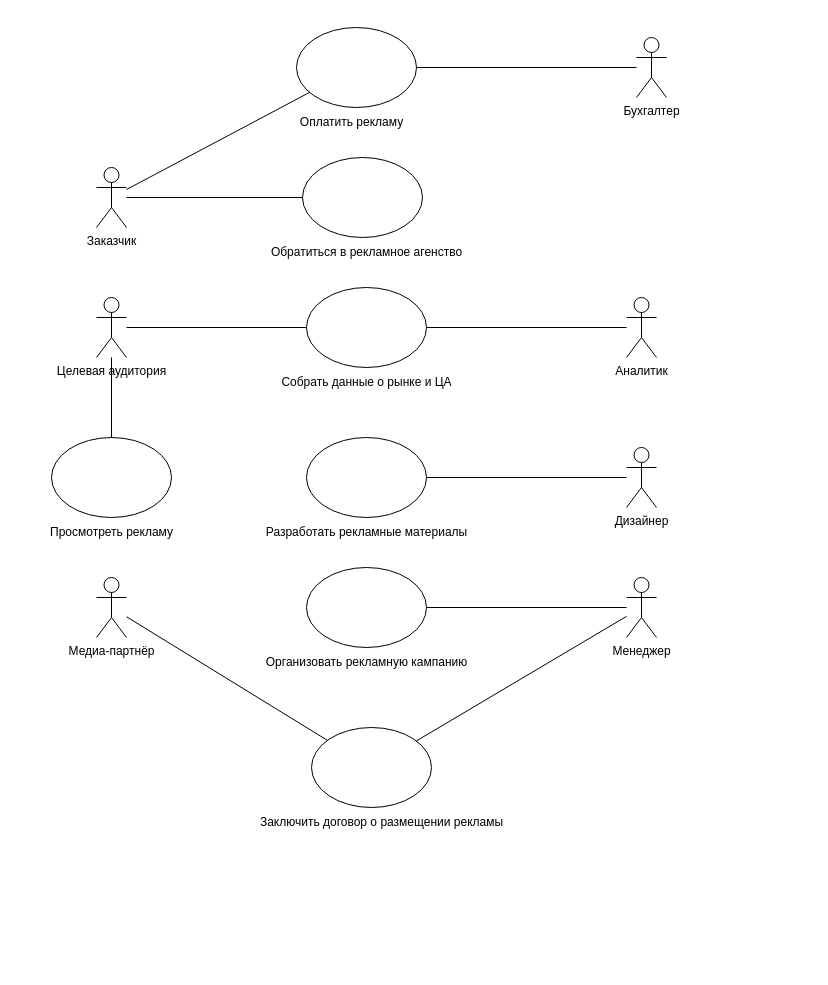
Earlier version of the draw.io diagram acms3.drawio (v-tempe/draw.io). Source tidied: cells renumbered, new cells numbered last; positions are measured from the earlier drawing's top-left corner, leaving out a move shared by most shapes. Both pictures are drawn from the tidied source at 100%, with x=0, y=0 at pixel (36, 27).
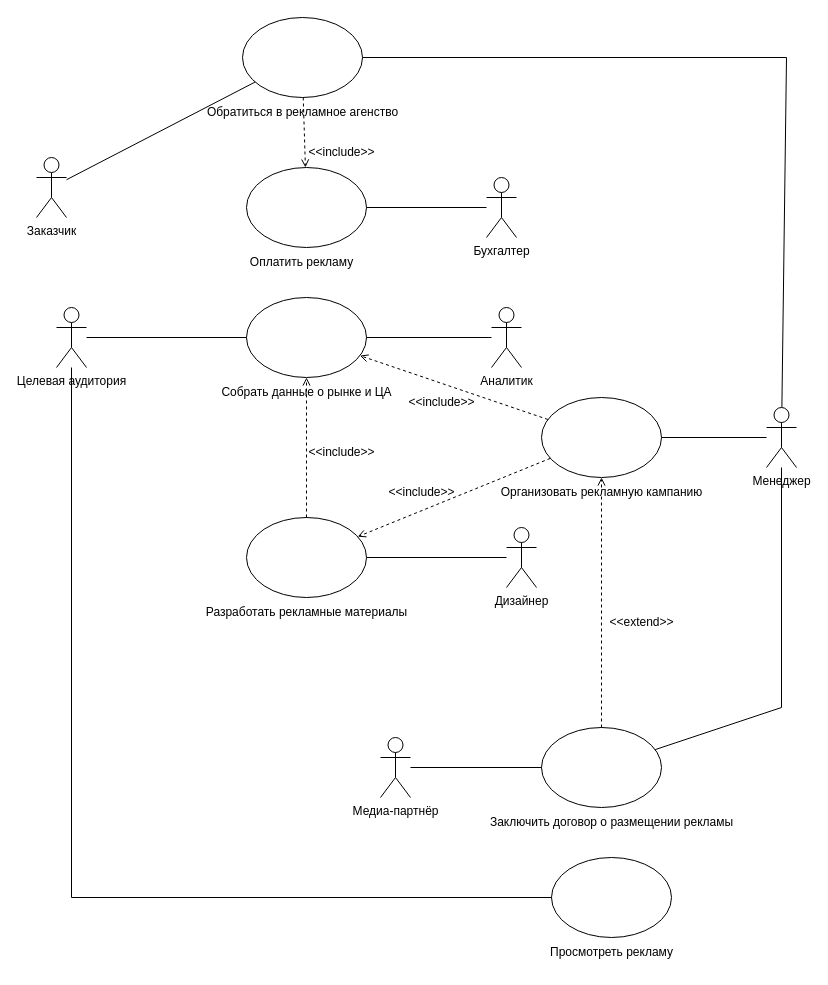
The same page after the edit.

Diff of the diagram source:
```diff
@@
     <mxCell id="2" value="Заказчик" style="shape=umlActor;verticalLabelPosition=bottom;verticalAlign=top;html=1;outlineConnect=0;" parent="1" vertex="1">
-      <mxGeometry x="60" y="140" width="30" height="60" as="geometry" />
+      <mxGeometry y="130" width="30" height="60" as="geometry" />
     </mxCell>
     <mxCell id="3" value="Дизайнер" style="shape=umlActor;verticalLabelPosition=bottom;verticalAlign=top;html=1;outlineConnect=0;" parent="1" vertex="1">
-      <mxGeometry x="590" y="420" width="30" height="60" as="geometry" />
+      <mxGeometry x="470" y="500" width="30" height="60" as="geometry" />
     </mxCell>
     <mxCell id="4" value="Менеджер" style="shape=umlActor;verticalLabelPosition=bottom;verticalAlign=top;html=1;outlineConnect=0;" parent="1" vertex="1">
-      <mxGeometry x="590" y="550" width="30" height="60" as="geometry" />
+      <mxGeometry x="730" y="380" width="30" height="60" as="geometry" />
     </mxCell>
     <mxCell id="5" value="Аналитик" style="shape=umlActor;verticalLabelPosition=bottom;verticalAlign=top;html=1;outlineConnect=0;" parent="1" vertex="1">
-      <mxGeometry x="590" y="270" width="30" height="60" as="geometry" />
+      <mxGeometry x="455" y="280" width="30" height="60" as="geometry" />
     </mxCell>
     <mxCell id="6" style="ellipse;whiteSpace=wrap;html=1;" parent="1" vertex="1">
-      <mxGeometry x="266" y="130" width="120" height="80" as="geometry" />
+      <mxGeometry x="206" y="-10" width="120" height="80" as="geometry" />
     </mxCell>
     <mxCell id="7" value="Обратиться в рекламное агенство" style="text;html=1;align=center;verticalAlign=middle;strokeColor=none;fillColor=none;" parent="1" vertex="1">
-      <mxGeometry x="220" y="210" width="220" height="30" as="geometry" />
+      <mxGeometry x="156" y="70" width="220" height="30" as="geometry" />
     </mxCell>
     <mxCell id="8" style="ellipse;whiteSpace=wrap;html=1;" parent="1" vertex="1">
-      <mxGeometry x="270" y="260" width="120" height="80" as="geometry" />
+      <mxGeometry x="210" y="270" width="120" height="80" as="geometry" />
     </mxCell>
     <mxCell id="9" value="Собрать данные о рынке и ЦА" style="text;html=1;align=center;verticalAlign=middle;strokeColor=none;fillColor=none;" parent="1" vertex="1">
-      <mxGeometry x="235" y="340" width="190" height="30" as="geometry" />
+      <mxGeometry x="175" y="350" width="190" height="30" as="geometry" />
     </mxCell>
     <mxCell id="10" value="Целевая аудитория" style="shape=umlActor;verticalLabelPosition=bottom;verticalAlign=top;html=1;outlineConnect=0;" parent="1" vertex="1">
-      <mxGeometry x="60" y="270" width="30" height="60" as="geometry" />
+      <mxGeometry x="20" y="280" width="30" height="60" as="geometry" />
     </mxCell>
@@
     <mxCell id="14" style="ellipse;whiteSpace=wrap;html=1;" parent="1" vertex="1">
-      <mxGeometry x="270" y="540" width="120" height="80" as="geometry" />
+      <mxGeometry x="505" y="370" width="120" height="80" as="geometry" />
     </mxCell>
     <mxCell id="15" value="Организовать рекламную кампанию" style="text;html=1;align=center;verticalAlign=middle;strokeColor=none;fillColor=none;" parent="1" vertex="1">
-      <mxGeometry x="215" y="620" width="230" height="30" as="geometry" />
+      <mxGeometry x="450" y="450" width="230" height="30" as="geometry" />
     </mxCell>
@@
     <mxCell id="17" style="ellipse;whiteSpace=wrap;html=1;" parent="1" vertex="1">
-      <mxGeometry x="270" y="410" width="120" height="80" as="geometry" />
+      <mxGeometry x="210" y="490" width="120" height="80" as="geometry" />
     </mxCell>
     <mxCell id="18" value="Разработать рекламные материалы" style="text;html=1;align=center;verticalAlign=middle;strokeColor=none;fillColor=none;" parent="1" vertex="1">
-      <mxGeometry x="220" y="490" width="220" height="30" as="geometry" />
+      <mxGeometry x="160" y="570" width="220" height="30" as="geometry" />
     </mxCell>
@@
     <mxCell id="20" style="ellipse;whiteSpace=wrap;html=1;" parent="1" vertex="1">
-      <mxGeometry x="275" y="700" width="120" height="80" as="geometry" />
+      <mxGeometry x="505" y="700" width="120" height="80" as="geometry" />
     </mxCell>
     <mxCell id="21" value="Заключить договор о размещении рекламы" style="text;html=1;align=center;verticalAlign=middle;strokeColor=none;fillColor=none;" parent="1" vertex="1">
-      <mxGeometry x="210" y="780" width="270" height="30" as="geometry" />
+      <mxGeometry x="440" y="780" width="270" height="30" as="geometry" />
     </mxCell>
     <mxCell id="22" value="Медиа-партнёр" style="shape=umlActor;verticalLabelPosition=bottom;verticalAlign=top;html=1;outlineConnect=0;" parent="1" vertex="1">
-      <mxGeometry x="60" y="550" width="30" height="60" as="geometry" />
+      <mxGeometry x="344" y="710" width="30" height="60" as="geometry" />
     </mxCell>
@@
     <mxCell id="24" style="endArrow=none;html=1;rounded=0;" parent="1" edge="1" source="20" target="4">
-      <mxGeometry relative="1" as="geometry" />
+      <mxGeometry relative="1" as="geometry">
+        <Array as="points">
+          <mxPoint x="745" y="680" />
+        </Array>
+      </mxGeometry>
     </mxCell>
     <mxCell id="25" style="ellipse;whiteSpace=wrap;html=1;" parent="1" vertex="1">
-      <mxGeometry x="15" y="410" width="120" height="80" as="geometry" />
+      <mxGeometry x="515" y="830" width="120" height="80" as="geometry" />
     </mxCell>
     <mxCell id="26" style="endArrow=none;html=1;rounded=0;" parent="1" edge="1" source="25" target="10">
-      <mxGeometry relative="1" as="geometry" />
+      <mxGeometry relative="1" as="geometry">
+        <Array as="points">
+          <mxPoint x="35" y="870" />
+        </Array>
+      </mxGeometry>
     </mxCell>
     <mxCell id="27" value="Просмотреть рекламу" style="text;html=1;align=center;verticalAlign=middle;strokeColor=none;fillColor=none;" parent="1" vertex="1">
-      <mxGeometry y="490" width="150" height="30" as="geometry" />
+      <mxGeometry x="500" y="910" width="150" height="30" as="geometry" />
     </mxCell>
     <mxCell id="28" style="ellipse;whiteSpace=wrap;html=1;" parent="1" vertex="1">
-      <mxGeometry x="260" width="120" height="80" as="geometry" />
+      <mxGeometry x="210" y="140" width="120" height="80" as="geometry" />
     </mxCell>
     <mxCell id="29" value="Оплатить рекламу" style="text;html=1;align=center;verticalAlign=middle;strokeColor=none;fillColor=none;" parent="1" vertex="1">
-      <mxGeometry x="250" y="80" width="130" height="30" as="geometry" />
+      <mxGeometry x="200" y="220" width="130" height="30" as="geometry" />
     </mxCell>
     <mxCell id="30" value="Бухгалтер" style="shape=umlActor;verticalLabelPosition=bottom;verticalAlign=top;html=1;outlineConnect=0;" parent="1" vertex="1">
-      <mxGeometry x="600" y="10" width="30" height="60" as="geometry" />
+      <mxGeometry x="450" y="150" width="30" height="60" as="geometry" />
     </mxCell>
@@
-    <mxCell id="32" style="endArrow=none;html=1;rounded=0;" parent="1" edge="1" source="2" target="28">
-      <mxGeometry relative="1" as="geometry" />
-    </mxCell>
+    <mxCell id="33" style="endArrow=none;html=1;rounded=0;" parent="1" edge="1" source="6" target="4">
+      <mxGeometry relative="1" as="geometry">
+        <Array as="points">
+          <mxPoint x="750" y="30" />
+        </Array>
+      </mxGeometry>
+    </mxCell>
+    <mxCell id="34" value="&amp;lt;&amp;lt;include&amp;gt;&amp;gt;" style="text;html=1;align=center;verticalAlign=middle;strokeColor=none;fillColor=none;" parent="1" vertex="1">
+      <mxGeometry x="260" y="110" width="90" height="30" as="geometry" />
+    </mxCell>
+    <mxCell id="35" style="endArrow=open;html=1;rounded=0;endFill=0;dashed=1;" parent="1" edge="1" source="6" target="28">
+      <mxGeometry relative="1" as="geometry" />
+    </mxCell>
+    <mxCell id="36" style="endArrow=open;html=1;rounded=0;endFill=0;dashed=1;" parent="1" edge="1" source="14" target="8">
+      <mxGeometry relative="1" as="geometry" />
+    </mxCell>
+    <mxCell id="37" style="endArrow=open;html=1;rounded=0;endFill=0;dashed=1;" parent="1" edge="1" source="14" target="17">
+      <mxGeometry relative="1" as="geometry" />
+    </mxCell>
+    <mxCell id="38" style="endArrow=open;html=1;rounded=0;endFill=0;dashed=1;" parent="1" edge="1" source="20" target="14">
+      <mxGeometry relative="1" as="geometry" />
+    </mxCell>
+    <mxCell id="39" value="&amp;lt;&amp;lt;include&amp;gt;&amp;gt;" style="text;html=1;align=center;verticalAlign=middle;strokeColor=none;fillColor=none;" parent="1" vertex="1">
+      <mxGeometry x="340" y="450" width="90" height="30" as="geometry" />
+    </mxCell>
+    <mxCell id="40" value="&amp;lt;&amp;lt;include&amp;gt;&amp;gt;" style="text;html=1;align=center;verticalAlign=middle;strokeColor=none;fillColor=none;" parent="1" vertex="1">
+      <mxGeometry x="360" y="360" width="90" height="30" as="geometry" />
+    </mxCell>
+    <mxCell id="41" value="&amp;lt;&amp;lt;extend&amp;gt;&amp;gt;" style="text;html=1;align=center;verticalAlign=middle;strokeColor=none;fillColor=none;" parent="1" vertex="1">
+      <mxGeometry x="560" y="580" width="90" height="30" as="geometry" />
+    </mxCell>
+    <mxCell id="42" style="endArrow=open;html=1;rounded=0;endFill=0;dashed=1;" parent="1" edge="1" source="17" target="8">
+      <mxGeometry relative="1" as="geometry" />
+    </mxCell>
+    <mxCell id="43" value="&amp;lt;&amp;lt;include&amp;gt;&amp;gt;" style="text;html=1;align=center;verticalAlign=middle;strokeColor=none;fillColor=none;" parent="1" vertex="1">
+      <mxGeometry x="260" y="410" width="90" height="30" as="geometry" />
+    </mxCell>
```
